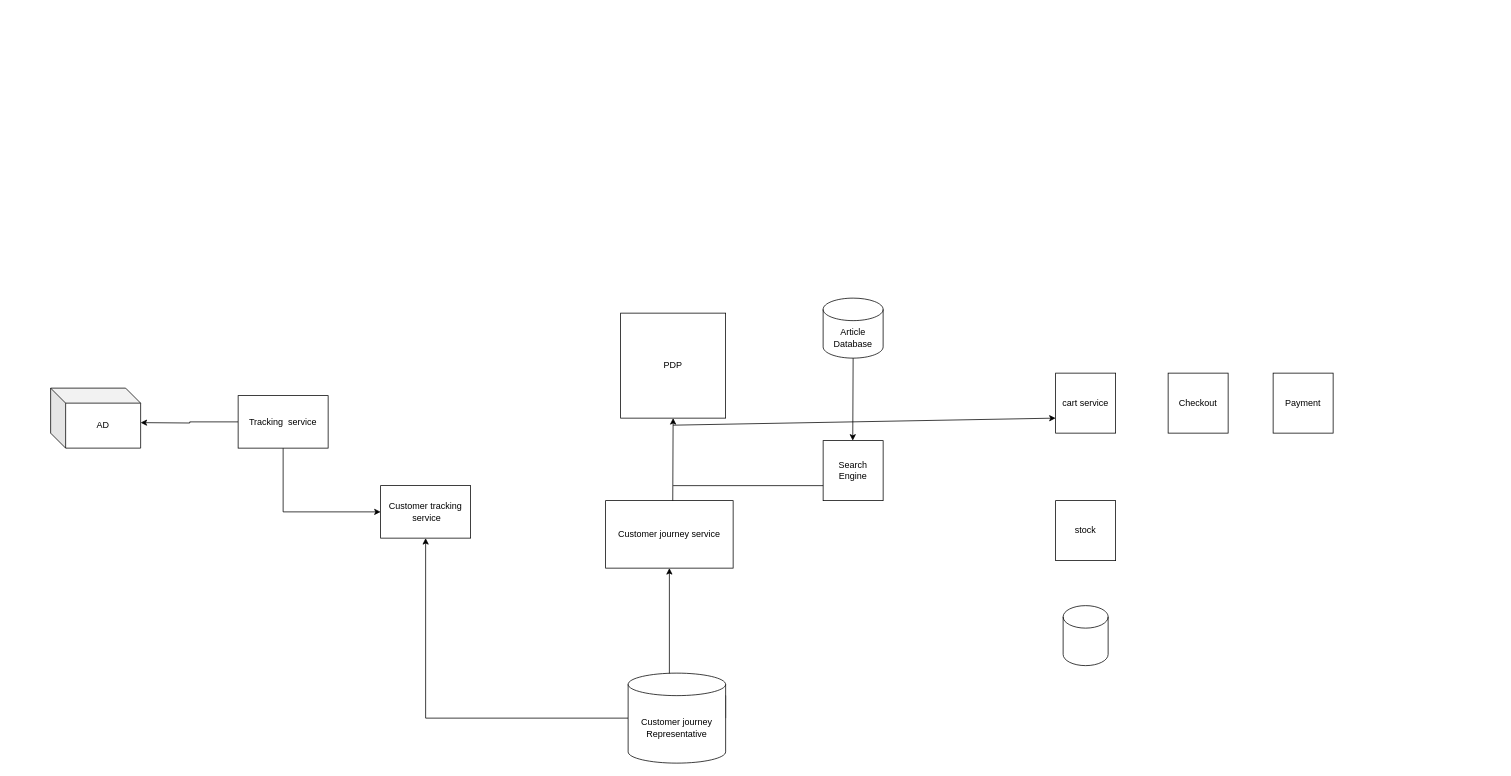
The draw.io diagram page "Page-2" (2 of 2) of Threat_modeling_of_zalando.drawio in NnamdiNgwu/threat_modeling_of_zalando, before the edit. Source tidied: cells renumbered, new cells numbered last; positions are measured from the earlier drawing's top-left corner, leaving out a move shared by most shapes. Both pictures are drawn from the tidied source at 75%, with x=0, y=0 at pixel (50, 298).
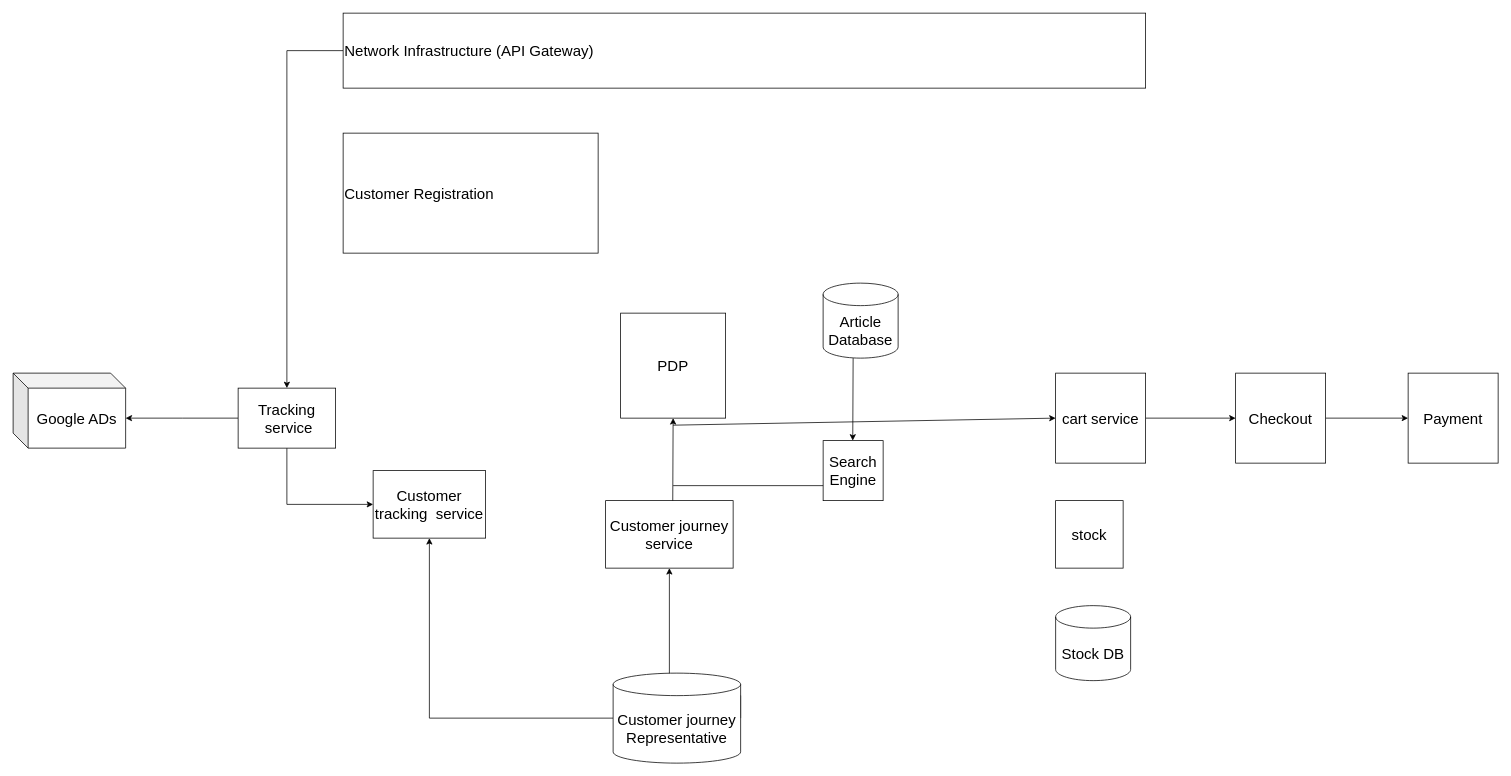
Above is the later version.

Change to the diagram source:
```diff
@@
-    <mxCell id="2" value="Article Database" style="shape=cylinder3;whiteSpace=wrap;html=1;boundedLbl=1;backgroundOutline=1;size=15;" parent="1" vertex="1">
-      <mxGeometry x="1030" width="80" height="80" as="geometry" />
+    <mxCell id="2" value="&lt;font style=&quot;font-size: 20px;&quot;&gt;Article Database&lt;/font&gt;" style="shape=cylinder3;whiteSpace=wrap;html=1;boundedLbl=1;backgroundOutline=1;size=15;" parent="1" vertex="1">
+      <mxGeometry x="1030" y="-20" width="100" height="100" as="geometry" />
     </mxCell>
-    <mxCell id="3" value="AD" style="shape=cube;whiteSpace=wrap;html=1;boundedLbl=1;backgroundOutline=1;darkOpacity=0.05;darkOpacity2=0.1;" parent="1" vertex="1">
-      <mxGeometry y="120" width="120" height="80" as="geometry" />
+    <mxCell id="3" value="&lt;font style=&quot;font-size: 20px;&quot;&gt;Google ADs&lt;/font&gt;" style="shape=cube;whiteSpace=wrap;html=1;boundedLbl=1;backgroundOutline=1;darkOpacity=0.05;darkOpacity2=0.1;" parent="1" vertex="1">
+      <mxGeometry x="-50" y="100" width="150" height="100" as="geometry" />
     </mxCell>
-    <mxCell id="4" value="Customer journey service" style="rounded=0;whiteSpace=wrap;html=1;" parent="1" vertex="1">
+    <mxCell id="4" value="&lt;font style=&quot;font-size: 20px;&quot;&gt;Customer journey service&lt;/font&gt;" style="rounded=0;whiteSpace=wrap;html=1;" parent="1" vertex="1">
       <mxGeometry x="740" y="270" width="170" height="90" as="geometry" />
     </mxCell>
@@
-    <mxCell id="7" value="Customer journey Representative" style="shape=cylinder3;whiteSpace=wrap;html=1;boundedLbl=1;backgroundOutline=1;size=15;" parent="1" vertex="1">
-      <mxGeometry x="770" y="500" width="130" height="120" as="geometry" />
+    <mxCell id="7" value="&lt;font style=&quot;font-size: 20px;&quot;&gt;Customer journey Representative&lt;/font&gt;" style="shape=cylinder3;whiteSpace=wrap;html=1;boundedLbl=1;backgroundOutline=1;size=15;" parent="1" vertex="1">
+      <mxGeometry x="750" y="500" width="170" height="120" as="geometry" />
     </mxCell>
-    <mxCell id="8" value="PDP" style="whiteSpace=wrap;html=1;" parent="1" vertex="1">
+    <mxCell id="8" value="&lt;font style=&quot;font-size: 20px;&quot;&gt;PDP&lt;/font&gt;" style="whiteSpace=wrap;html=1;" parent="1" vertex="1">
       <mxGeometry x="760" y="20" width="140" height="140" as="geometry" />
     </mxCell>
-    <mxCell id="9" value="Search Engine" style="whiteSpace=wrap;html=1;" parent="1" vertex="1">
+    <mxCell id="9" value="&lt;font style=&quot;font-size: 20px;&quot;&gt;Search Engine&lt;/font&gt;" style="whiteSpace=wrap;html=1;" parent="1" vertex="1">
       <mxGeometry x="1030" y="190" width="80" height="80" as="geometry" />
     </mxCell>
@@
+    <mxCell id="23" style="edgeStyle=orthogonalEdgeStyle;rounded=0;jettySize=auto;html=1;exitX=1;exitY=0.5;exitDx=0;exitDy=0;entryX=0;entryY=0.5;entryDx=0;entryDy=0;" parent="1" edge="1" source="13" target="17">
+      <mxGeometry relative="1" as="geometry" />
+    </mxCell>
-    <mxCell id="13" value="cart service" style="whiteSpace=wrap;html=1;" parent="1" vertex="1">
-      <mxGeometry x="1340" y="100" width="80" height="80" as="geometry" />
+    <mxCell id="13" value="&lt;font style=&quot;font-size: 20px;&quot;&gt;cart service&lt;/font&gt;" style="whiteSpace=wrap;html=1;" parent="1" vertex="1">
+      <mxGeometry x="1340" y="100" width="120" height="120" as="geometry" />
     </mxCell>
-    <mxCell id="14" style="shape=cylinder3;whiteSpace=wrap;html=1;boundedLbl=1;backgroundOutline=1;size=15;" parent="1" vertex="1">
-      <mxGeometry x="1350" y="410" width="60" height="80" as="geometry" />
+    <mxCell id="14" value="&lt;font style=&quot;font-size: 20px;&quot;&gt;Stock DB&lt;/font&gt;" style="shape=cylinder3;whiteSpace=wrap;html=1;boundedLbl=1;backgroundOutline=1;size=15;" parent="1" vertex="1">
+      <mxGeometry x="1340" y="410" width="100" height="100" as="geometry" />
     </mxCell>
-    <mxCell id="15" value="stock" style="whiteSpace=wrap;html=1;" parent="1" vertex="1">
-      <mxGeometry x="1340" y="270" width="80" height="80" as="geometry" />
+    <mxCell id="15" value="&lt;font style=&quot;font-size: 20px;&quot;&gt;stock&lt;/font&gt;" style="whiteSpace=wrap;html=1;" parent="1" vertex="1">
+      <mxGeometry x="1340" y="270" width="90" height="90" as="geometry" />
     </mxCell>
-    <mxCell id="16" style="endArrow=classic;html=1;rounded=0;entryX=0;entryY=0.75;entryDx=0;entryDy=0;" parent="1" edge="1" target="13">
+    <mxCell id="16" style="endArrow=classic;html=1;rounded=0;entryX=0;entryY=0.5;entryDx=0;entryDy=0;" parent="1" edge="1" target="13">
       <mxGeometry relative="1" as="geometry">
         <mxPoint x="830" y="169.4" as="sourcePoint" />
       </mxGeometry>
     </mxCell>
+    <mxCell id="24" style="edgeStyle=orthogonalEdgeStyle;rounded=0;jettySize=auto;html=1;exitX=1;exitY=0.5;exitDx=0;exitDy=0;entryX=0;entryY=0.5;entryDx=0;entryDy=0;" parent="1" edge="1" source="17" target="18">
+      <mxGeometry relative="1" as="geometry" />
+    </mxCell>
-    <mxCell id="17" value="Checkout" style="whiteSpace=wrap;html=1;" parent="1" vertex="1">
-      <mxGeometry x="1490" y="100" width="80" height="80" as="geometry" />
+    <mxCell id="17" value="&lt;font style=&quot;font-size: 20px;&quot;&gt;Checkout&lt;/font&gt;" style="whiteSpace=wrap;html=1;" parent="1" vertex="1">
+      <mxGeometry x="1580" y="100" width="120" height="120" as="geometry" />
     </mxCell>
-    <mxCell id="18" value="Payment" style="whiteSpace=wrap;html=1;" parent="1" vertex="1">
-      <mxGeometry x="1630" y="100" width="80" height="80" as="geometry" />
+    <mxCell id="18" value="&lt;font style=&quot;font-size: 20px;&quot;&gt;Payment&lt;/font&gt;" style="whiteSpace=wrap;html=1;" parent="1" vertex="1">
+      <mxGeometry x="1810" y="100" width="120" height="120" as="geometry" />
     </mxCell>
-    <mxCell id="19" value="Customer tracking &amp;nbsp;service" style="rounded=0;whiteSpace=wrap;html=1;" parent="1" vertex="1">
-      <mxGeometry x="440" y="250" width="120" height="70" as="geometry" />
+    <mxCell id="19" value="&lt;font style=&quot;font-size: 20px;&quot;&gt;Customer tracking &amp;nbsp;service&lt;/font&gt;" style="rounded=0;whiteSpace=wrap;html=1;" parent="1" vertex="1">
+      <mxGeometry x="430" y="230" width="150" height="90" as="geometry" />
     </mxCell>
@@
     <mxCell id="21" style="edgeStyle=orthogonalEdgeStyle;rounded=0;jettySize=auto;html=1;exitX=0;exitY=0.5;exitDx=0;exitDy=0;" parent="1" edge="1" source="22">
       <mxGeometry relative="1" as="geometry">
-        <mxPoint x="120" y="166" as="targetPoint" />
+        <mxPoint x="100" y="160" as="targetPoint" />
       </mxGeometry>
     </mxCell>
-    <mxCell id="22" value="Tracking &amp;nbsp;service" style="rounded=0;whiteSpace=wrap;html=1;" parent="1" vertex="1">
-      <mxGeometry x="250" y="130" width="120" height="70" as="geometry" />
+    <mxCell id="22" value="&lt;font style=&quot;font-size: 20px;&quot;&gt;Tracking &amp;nbsp;service&lt;/font&gt;" style="rounded=0;whiteSpace=wrap;html=1;" parent="1" vertex="1">
+      <mxGeometry x="250" y="120" width="130" height="80" as="geometry" />
     </mxCell>
+    <mxCell id="25" style="edgeStyle=orthogonalEdgeStyle;rounded=0;jettySize=auto;html=1;exitX=0;exitY=0.5;exitDx=0;exitDy=0;entryX=0.5;entryY=0;entryDx=0;entryDy=0;" parent="1" edge="1" source="26" target="22">
+      <mxGeometry relative="1" as="geometry" />
+    </mxCell>
+    <mxCell id="26" value="&lt;font style=&quot;font-size: 20px;&quot;&gt;Network Infrastructure (API Gateway)&lt;/font&gt;" style="rounded=0;whiteSpace=wrap;html=1;align=left;" parent="1" vertex="1">
+      <mxGeometry x="390" y="-380" width="1070" height="100" as="geometry" />
+    </mxCell>
+    <mxCell id="27" value="&lt;font style=&quot;font-size: 20px;&quot;&gt;Customer Registration&lt;/font&gt;" style="rounded=0;whiteSpace=wrap;html=1;align=left;" parent="1" vertex="1">
+      <mxGeometry x="390" y="-220" width="340" height="160" as="geometry" />
+    </mxCell>
```
